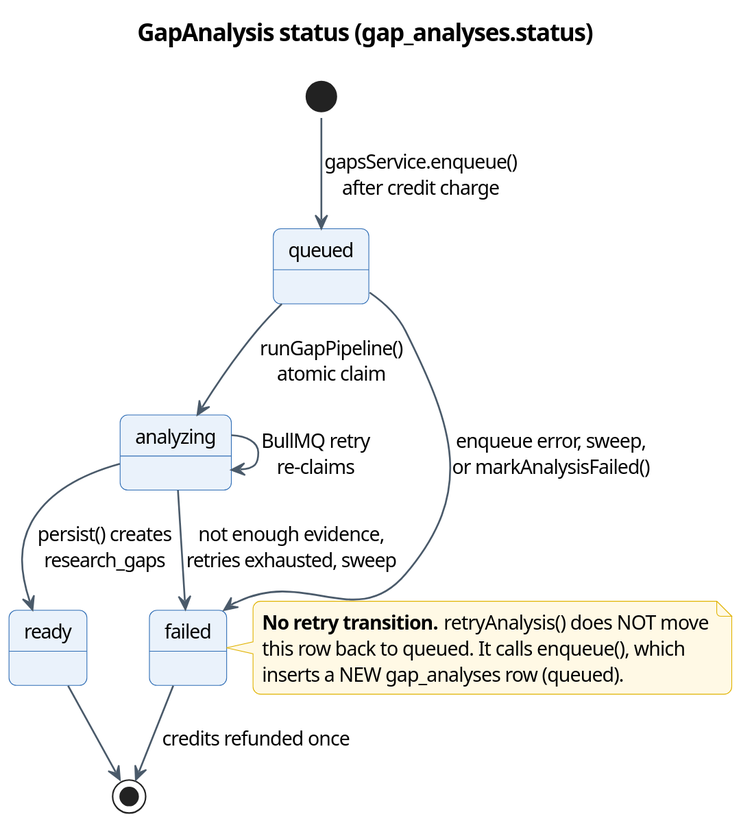
Before: docs/diagrams/report4/R4_State_GapAnalysis.svg, a diagram exported from PlantUML (Khoa-Hoa-Technology-Solution-Company/lumi-gap).
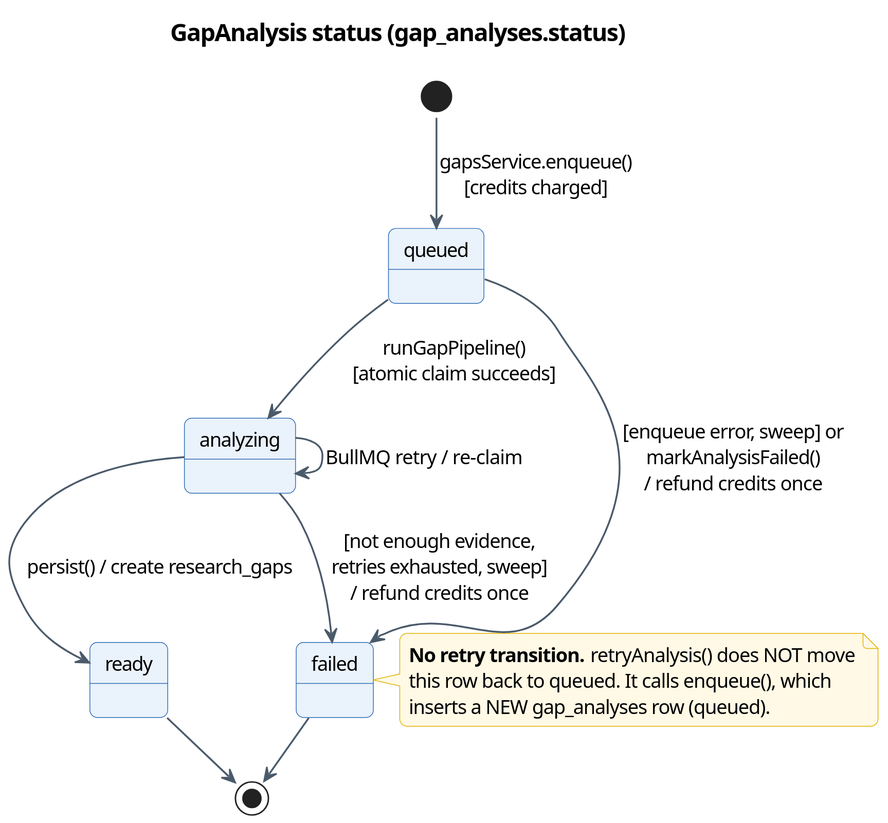
Above is the later version.

The edit, as a diff of the source:
```diff
@@ -1,6 +1,6 @@
 @startuml
 !pragma layout smetana
-skinparam dpi 150
+skinparam dpi 200
 skinparam defaultFontName "Segoe UI"
 skinparam defaultFontSize 13
 skinparam shadowing false
@@ -60,13 +60,13 @@
   BorderColor #2F6DB5
 }
 title GapAnalysis status (gap_analyses.status)
-[*] --> queued : gapsService.enqueue()\nafter credit charge
-queued --> analyzing : runGapPipeline()\natomic claim
-analyzing --> analyzing : BullMQ retry\nre-claims
-analyzing --> ready : persist() creates\nresearch_gaps
-queued --> failed : enqueue error, sweep,\nor markAnalysisFailed()
-analyzing --> failed : not enough evidence,\nretries exhausted, sweep
-failed --> [*] : credits refunded once
+[*] --> queued : gapsService.enqueue()\n[credits charged]
+queued --> analyzing : runGapPipeline()\n[atomic claim succeeds]
+analyzing --> analyzing : BullMQ retry / re-claim
+analyzing --> ready : persist() / create research_gaps
+queued --> failed : [enqueue error, sweep] or\nmarkAnalysisFailed()\n/ refund credits once
+analyzing --> failed : [not enough evidence,\nretries exhausted, sweep]\n/ refund credits once
+failed --> [*]
 ready --> [*]
 note right of failed
   <b>No retry transition.</b> retryAnalysis() does NOT move
```
